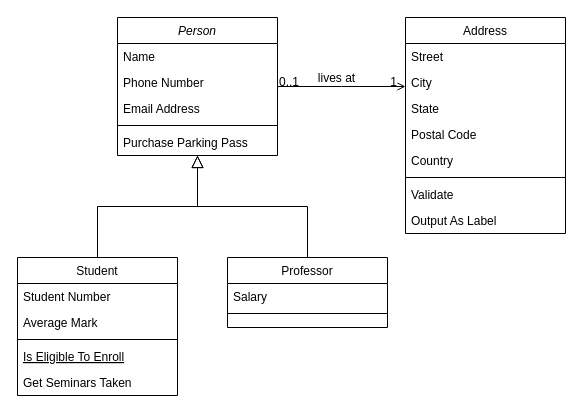
Before: Untitled Diagram.drawio in tmtmra/test, a draw.io diagram. Source tidied: cells renumbered, new cells numbered last; positions are measured from the earlier drawing's top-left corner, leaving out a move shared by most shapes. Both pictures are drawn from the tidied source at 100%, with x=0, y=0 at pixel (17, 17).
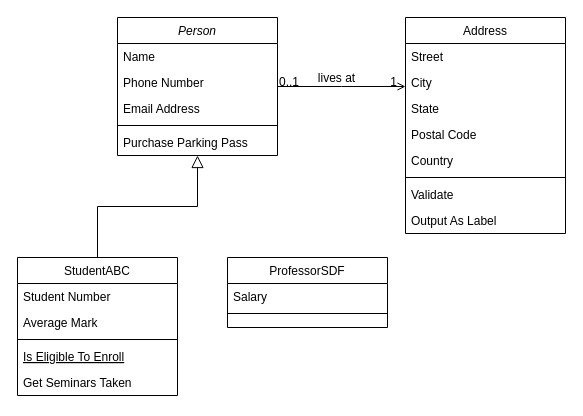
The same diagram, later.

The change refers to these unchanged cells:
```xml
<mxCell id="2" value="Person" style="swimlane;fontStyle=2;align=center;verticalAlign=top;horizontal=1;startSize=26;rounded=0;shadow=0;strokeWidth=1;" parent="1" vertex="1">
  <mxGeometry x="100" width="160" height="138" as="geometry" />
</mxCell>
```

The edit, as a diff of the source:
```diff
@@
-    <mxCell id="8" value="Student" style="swimlane;fontStyle=0;align=center;verticalAlign=top;horizontal=1;startSize=26;rounded=0;shadow=0;strokeWidth=1;" parent="1" vertex="1">
+    <mxCell id="8" value="StudentABC" style="swimlane;fontStyle=0;align=center;verticalAlign=top;horizontal=1;startSize=26;rounded=0;shadow=0;strokeWidth=1;" parent="1" vertex="1">
       <mxGeometry y="240" width="160" height="138" as="geometry" />
     </mxCell>
@@
-    <mxCell id="15" value="Professor" style="swimlane;fontStyle=0;align=center;verticalAlign=top;horizontal=1;startSize=26;rounded=0;shadow=0;strokeWidth=1;" parent="1" vertex="1">
+    <mxCell id="15" value="ProfessorSDF" style="swimlane;fontStyle=0;align=center;verticalAlign=top;horizontal=1;startSize=26;rounded=0;shadow=0;strokeWidth=1;" parent="1" vertex="1">
       <mxGeometry x="210" y="240" width="160" height="70" as="geometry" />
     </mxCell>
@@
-    <mxCell id="18" style="endArrow=block;endSize=10;endFill=0;shadow=0;strokeWidth=1;rounded=0;edgeStyle=elbowEdgeStyle;elbow=vertical;" parent="1" edge="1" source="15" target="2">
-      <mxGeometry relative="1" as="geometry" />
-    </mxCell>
```
